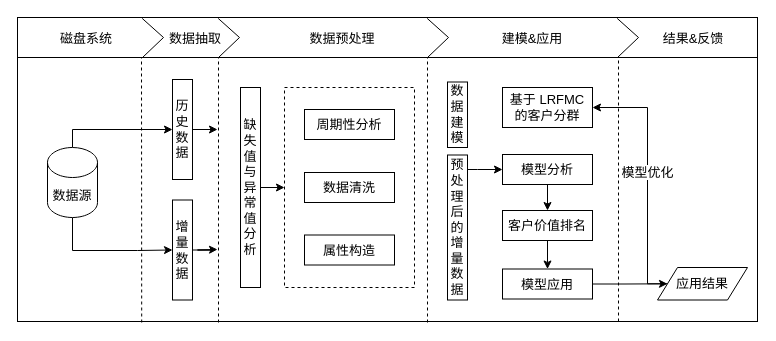
Eurkon/Diagrams keeps this draw.io diagram as 一种客户价值分析的方法、设备、存储介质.drawio. Above is the earlier version. Source tidied: cells renumbered, new cells numbered last; positions are measured from the earlier drawing's top-left corner, leaving out a move shared by most shapes. Both pictures are drawn from the tidied source at 100%, with x=0, y=0 at pixel (17, 17).
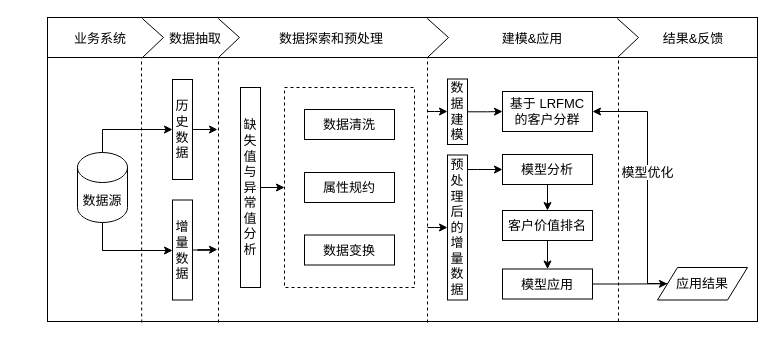
After the change.

Commit message (it also covers changes not shown here):
更新一种客户价值分析的方法、设备、存储介质.drawio

The change refers to these unchanged cells:
```xml
<mxCell id="7" value="历史数据" style="rounded=0;whiteSpace=wrap;html=1;horizontal=1;fontSize=13;" parent="1" vertex="1">
  <mxGeometry x="155" y="62" width="20" height="100" as="geometry" />
</mxCell>
<mxCell id="9" value="增量数据" style="rounded=0;whiteSpace=wrap;html=1;fontSize=13;" parent="1" vertex="1">
  <mxGeometry x="155" y="182.5" width="20" height="100" as="geometry" />
</mxCell>
<mxCell id="16" value="应用结果" style="shape=parallelogram;perimeter=parallelogramPerimeter;whiteSpace=wrap;html=1;fixedSize=1;fontSize=13;" parent="1" vertex="1">
  <mxGeometry x="640" y="250" width="90" height="32.5" as="geometry" />
</mxCell>
<mxCell id="32" style="group;" parent="1" vertex="1">
  <mxGeometry x="267" y="70" width="130" height="200" as="geometry" />
</mxCell>
<mxCell id="41" value="预处理后的增量数据" style="rounded=0;whiteSpace=wrap;html=1;horizontal=1;fontSize=13;" parent="1" vertex="1">
  <mxGeometry x="430" y="137.5" width="20" height="145" as="geometry" />
</mxCell>
```

Change to the diagram source:
```diff
@@
     <mxCell id="2" style="rounded=0;whiteSpace=wrap;html=1;fontSize=14;" parent="1" vertex="1">
-      <mxGeometry width="740" height="304" as="geometry" />
+      <mxGeometry x="30" width="710" height="304" as="geometry" />
     </mxCell>
     <mxCell id="3" style="edgeStyle=orthogonalEdgeStyle;rounded=0;jettySize=auto;html=1;" parent="1" edge="1" source="5" target="7">
       <mxGeometry relative="1" as="geometry">
         <Array as="points">
-          <mxPoint x="55" y="112" />
+          <mxPoint x="85" y="112" />
         </Array>
       </mxGeometry>
     </mxCell>
-    <mxCell id="4" style="edgeStyle=orthogonalEdgeStyle;rounded=0;jettySize=auto;html=1;entryX=0;entryY=0.5;entryDx=0;entryDy=0;" parent="1" edge="1" source="5" target="9">
+    <mxCell id="4" style="edgeStyle=orthogonalEdgeStyle;rounded=0;jettySize=auto;html=1;" parent="1" edge="1" source="5" target="9">
       <mxGeometry relative="1" as="geometry">
         <Array as="points">
-          <mxPoint x="55" y="233" />
-          <mxPoint x="120" y="233" />
+          <mxPoint x="85" y="233" />
         </Array>
       </mxGeometry>
     </mxCell>
     <mxCell id="5" value="数据源" style="shape=cylinder3;whiteSpace=wrap;html=1;boundedLbl=1;backgroundOutline=1;size=15;fontSize=13;" parent="1" vertex="1">
-      <mxGeometry x="30" y="130" width="50" height="70" as="geometry" />
+      <mxGeometry x="60" y="135" width="50" height="70" as="geometry" />
     </mxCell>
@@
     <mxCell id="10" value="基于 LRFMC 的客户分群" style="rounded=0;whiteSpace=wrap;html=1;fontSize=13;" parent="1" vertex="1">
-      <mxGeometry x="485" y="70" width="90" height="40" as="geometry" />
+      <mxGeometry x="485" y="74" width="90" height="40" as="geometry" />
     </mxCell>
@@
-    <mxCell id="15" style="edgeStyle=orthogonalEdgeStyle;rounded=0;jettySize=auto;html=1;entryX=1;entryY=0.5;entryDx=0;entryDy=0;fontSize=13;exitX=0;exitY=0.5;exitDx=0;exitDy=0;" parent="1" edge="1" source="16">
+    <mxCell id="15" style="edgeStyle=orthogonalEdgeStyle;rounded=0;orthogonalLoop=1;jettySize=auto;html=1;entryX=1;entryY=0.5;entryDx=0;entryDy=0;fontSize=13;exitX=0.144;exitY=0.431;exitDx=0;exitDy=0;exitPerimeter=0;" parent="1" edge="1">
       <mxGeometry relative="1" as="geometry">
-        <mxPoint x="575" y="90" as="targetPoint" />
+        <mxPoint x="653" y="266" as="sourcePoint" />
+        <mxPoint x="575" y="94" as="targetPoint" />
         <Array as="points">
           <mxPoint x="630" y="266" />
-          <mxPoint x="630" y="90" />
+          <mxPoint x="630" y="94" />
         </Array>
       </mxGeometry>
     </mxCell>
@@
     <mxCell id="22" style="endArrow=none;html=1;fontSize=13;" parent="1" edge="1">
       <mxGeometry relative="1" as="geometry">
-        <mxPoint y="40" as="sourcePoint" />
+        <mxPoint x="30" y="40" as="sourcePoint" />
         <mxPoint x="740" y="40" as="targetPoint" />
       </mxGeometry>
     </mxCell>
@@
-    <mxCell id="29" value="数据预处理" style="text;html=1;strokeColor=none;fillColor=none;align=center;verticalAlign=middle;whiteSpace=wrap;rounded=0;labelBackgroundColor=#ffffff;fontSize=13;" parent="1" vertex="1">
-      <mxGeometry x="280" y="11" width="90" height="20" as="geometry" />
+    <mxCell id="29" value="数据探索和预处理" style="text;html=1;strokeColor=none;fillColor=none;align=center;verticalAlign=middle;whiteSpace=wrap;rounded=0;labelBackgroundColor=#ffffff;fontSize=13;" parent="1" vertex="1">
+      <mxGeometry x="254" y="11" width="120" height="20" as="geometry" />
     </mxCell>
@@
-    <mxCell id="31" value="磁盘系统" style="text;html=1;strokeColor=none;fillColor=none;align=center;verticalAlign=middle;whiteSpace=wrap;rounded=0;labelBackgroundColor=#ffffff;fontSize=13;" parent="1" vertex="1">
-      <mxGeometry x="24" y="11" width="90" height="20" as="geometry" />
+    <mxCell id="31" value="业务系统" style="text;html=1;strokeColor=none;fillColor=none;align=center;verticalAlign=middle;whiteSpace=wrap;rounded=0;labelBackgroundColor=#ffffff;fontSize=13;" parent="1" vertex="1">
+      <mxGeometry x="38" y="11" width="90" height="20" as="geometry" />
     </mxCell>
@@
-    <mxCell id="34" value="周期性分析" style="rounded=0;whiteSpace=wrap;html=1;fontSize=13;" parent="32" vertex="1">
+    <mxCell id="34" value="数据清洗" style="rounded=0;whiteSpace=wrap;html=1;fontSize=13;" parent="32" vertex="1">
       <mxGeometry x="20" y="22" width="90" height="30" as="geometry" />
     </mxCell>
-    <mxCell id="35" value="属性构造" style="rounded=0;whiteSpace=wrap;html=1;fontSize=13;" parent="32" vertex="1">
+    <mxCell id="35" value="数据变换" style="rounded=0;whiteSpace=wrap;html=1;fontSize=13;" parent="32" vertex="1">
       <mxGeometry x="20" y="147.5" width="90" height="30" as="geometry" />
     </mxCell>
-    <mxCell id="36" value="数据清洗" style="rounded=0;whiteSpace=wrap;html=1;fontSize=13;" parent="32" vertex="1">
+    <mxCell id="36" value="属性规约" style="rounded=0;whiteSpace=wrap;html=1;fontSize=13;" parent="32" vertex="1">
       <mxGeometry x="20" y="85" width="90" height="30" as="geometry" />
     </mxCell>
@@
+    <mxCell id="44" style="edgeStyle=orthogonalEdgeStyle;rounded=0;jettySize=auto;html=1;" parent="1" edge="1" source="39" target="10">
+      <mxGeometry relative="1" as="geometry" />
+    </mxCell>
     <mxCell id="39" value="数据建模" style="rounded=0;whiteSpace=wrap;html=1;horizontal=1;fontSize=13;" parent="1" vertex="1">
-      <mxGeometry x="430" y="64.5" width="20" height="65.5" as="geometry" />
+      <mxGeometry x="430" y="61.5" width="20" height="65.5" as="geometry" />
     </mxCell>
@@
+    <mxCell id="45" style="edgeStyle=orthogonalEdgeStyle;rounded=0;jettySize=auto;html=1;" parent="1" edge="1" target="39">
+      <mxGeometry relative="1" as="geometry">
+        <mxPoint x="410" y="94" as="sourcePoint" />
+        <Array as="points">
+          <mxPoint x="417" y="94" />
+          <mxPoint x="417" y="94" />
+        </Array>
+      </mxGeometry>
+    </mxCell>
+    <mxCell id="46" style="edgeStyle=orthogonalEdgeStyle;rounded=0;jettySize=auto;html=1;" parent="1" edge="1" target="41">
+      <mxGeometry relative="1" as="geometry">
+        <mxPoint x="410" y="210" as="sourcePoint" />
+        <Array as="points">
+          <mxPoint x="417" y="210" />
+          <mxPoint x="417" y="210" />
+        </Array>
+      </mxGeometry>
+    </mxCell>
```
